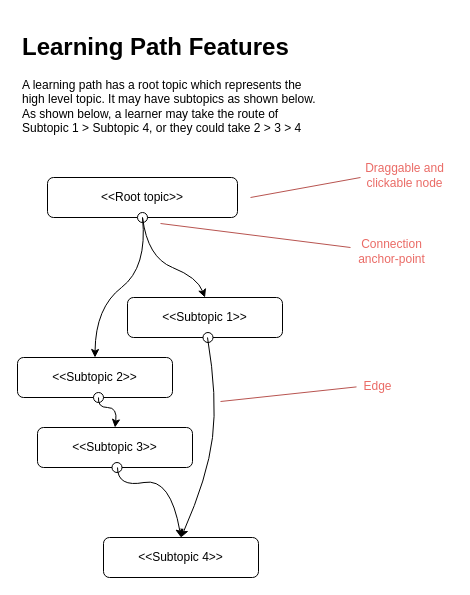
bsaranga/raw-idea-dump keeps this draw.io diagram as LearnTree.drawio. Above is the earlier version. Source tidied: cells renumbered, new cells numbered last; positions are measured from the earlier drawing's top-left corner, leaving out a move shared by most shapes. Both pictures are drawn from the tidied source at 100%, with x=0, y=0 at pixel (17, 27).
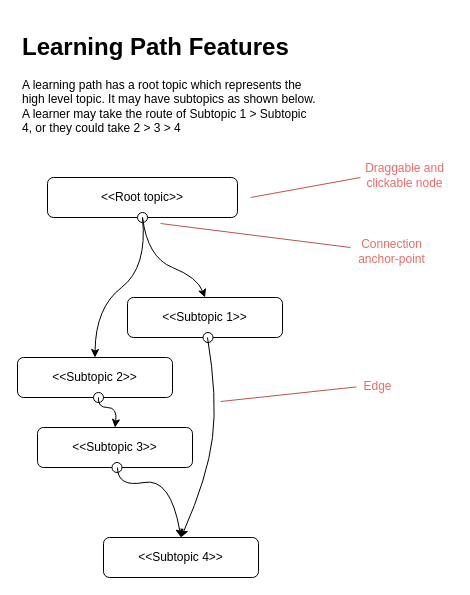
The same page after the edit.

What changed in the source:
```diff
@@
-    <mxCell id="4" value="&lt;h1&gt;Learning Path Features&lt;/h1&gt;&lt;p&gt;A learning path has a root topic which represents the high level topic. It may have subtopics as shown below. As shown below, a learner may take the route of Subtopic 1 &amp;gt; Subtopic 4, or they could take 2 &amp;gt; 3 &amp;gt; 4&lt;/p&gt;" style="text;html=1;strokeColor=none;fillColor=none;spacing=5;spacingTop=-20;whiteSpace=wrap;overflow=hidden;rounded=0;" parent="1" vertex="1">
-      <mxGeometry width="313" height="120" as="geometry" />
+    <mxCell id="4" value="&lt;h1&gt;Learning Path Features&lt;/h1&gt;&lt;p&gt;A learning path has a root topic which represents the high level topic. It may have subtopics as shown below. A learner may take the route of Subtopic 1 &amp;gt; Subtopic 4, or they could take 2 &amp;gt; 3 &amp;gt; 4&lt;/p&gt;" style="text;html=1;strokeColor=none;fillColor=none;spacing=5;spacingTop=-20;whiteSpace=wrap;overflow=hidden;rounded=0;" parent="1" vertex="1">
+      <mxGeometry width="303" height="120" as="geometry" />
     </mxCell>
```
